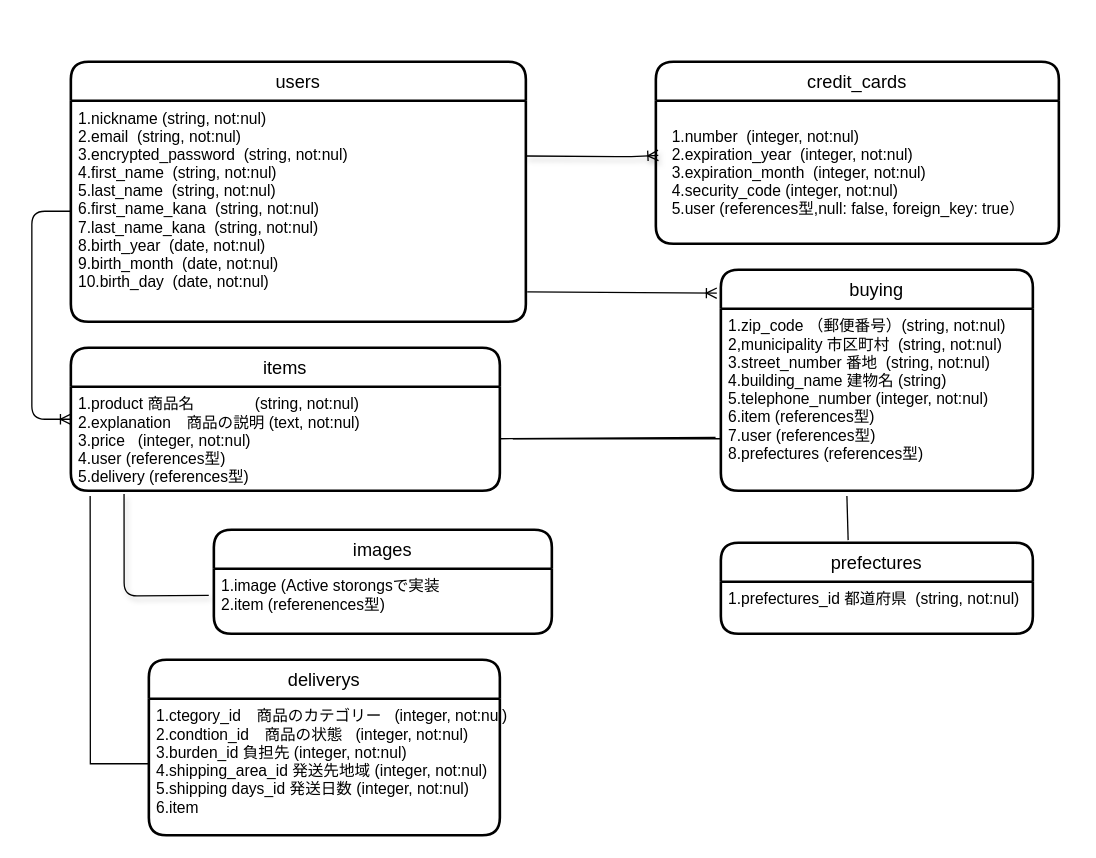
The draw.io diagram ER図.dio in tomotim/furima-32652, before the edit. Source tidied: cells renumbered, new cells numbered last; positions are measured from the earlier drawing's top-left corner, leaving out a move shared by most shapes. Both pictures are drawn from the tidied source at 130%, with x=0, y=0 at pixel (31, 61).
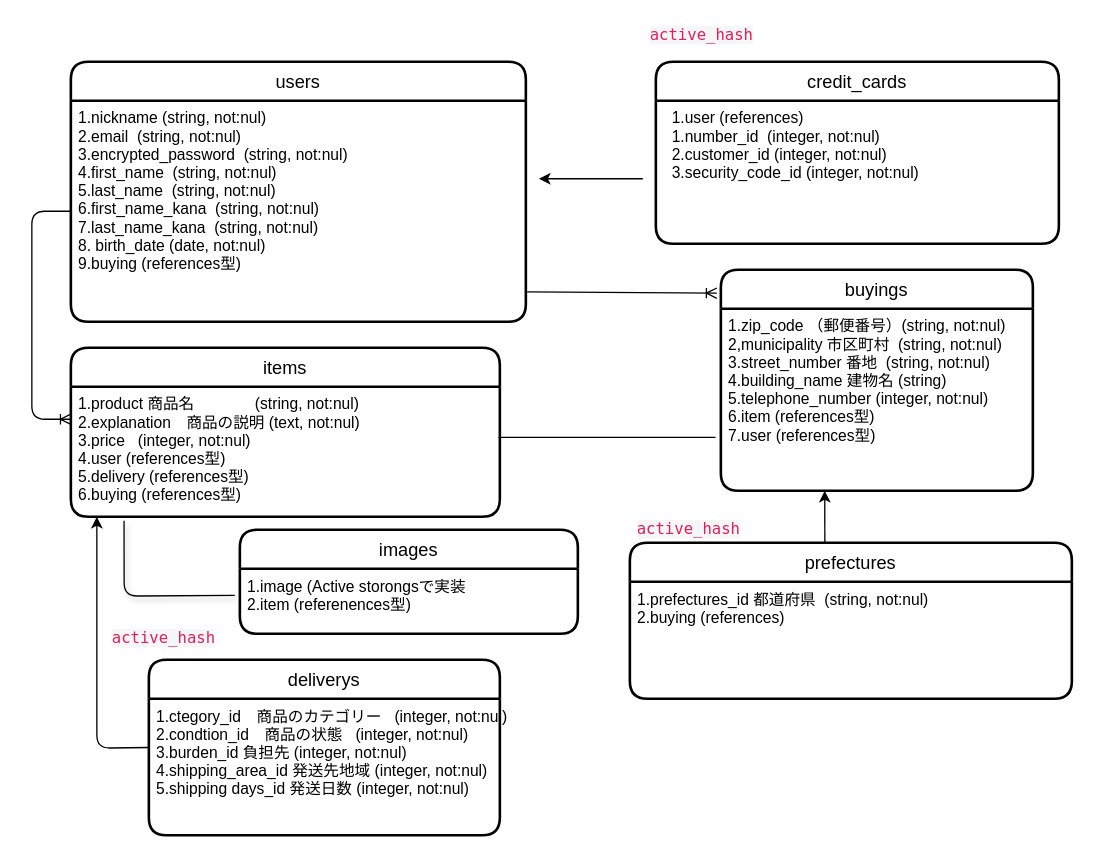
The same diagram, later.

Unchanged cells that the change refers to:
```xml
<mxCell id="2" value="users" style="swimlane;horizontal=1;startSize=30;rounded=1;fontSize=14;fontStyle=0;strokeWidth=2;shadow=0;dashed=0;align=center;" parent="1" vertex="1">
  <mxGeometry x="30" width="350" height="200" as="geometry" />
</mxCell>
<mxCell id="4" value="credit_cards" style="swimlane;horizontal=1;startSize=30;rounded=1;fontSize=14;fontStyle=0;strokeWidth=2;shadow=0;dashed=0;align=center;" parent="1" vertex="1">
  <mxGeometry x="480" width="310" height="140" as="geometry" />
</mxCell>
<mxCell id="10" style="swimlane;horizontal=1;startSize=30;rounded=1;fontSize=14;fontStyle=0;strokeWidth=2;shadow=0;dashed=0;align=center;" parent="8" vertex="1">
  <mxGeometry y="170" width="240" as="geometry" />
</mxCell>
<mxCell id="18" value="deliverys" style="swimlane;horizontal=1;startSize=30;rounded=1;fontSize=14;fontStyle=0;strokeWidth=2;shadow=0;dashed=0;align=center;" parent="1" vertex="1">
  <mxGeometry x="90" y="460" width="270" height="135" as="geometry" />
</mxCell>
```

What changed in the source:
```diff
@@
-    <mxCell id="3" value="1.nickname (string, not:nul)&#10;2.email  (string, not:nul)&#10;3.encrypted_password  (string, not:nul)&#10;4.first_name  (string, not:nul)&#10;5.last_name  (string, not:nul)&#10;6.first_name_kana  (string, not:nul)&#10;7.last_name_kana  (string, not:nul)&#10;8.birth_year  (date, not:nul)&#10;9.birth_month  (date, not:nul)&#10;10.birth_day  (date, not:nul)&#10;" style="align=left;strokeColor=none;fillColor=none;spacingLeft=4;fontSize=12;verticalAlign=top;" parent="2" vertex="1">
+    <mxCell id="3" value="1.nickname (string, not:nul)&#10;2.email  (string, not:nul)&#10;3.encrypted_password  (string, not:nul)&#10;4.first_name  (string, not:nul)&#10;5.last_name  (string, not:nul)&#10;6.first_name_kana  (string, not:nul)&#10;7.last_name_kana  (string, not:nul)&#10;8. birth_date (date, not:nul)&#10;9.buying (references型) &#10;" style="align=left;strokeColor=none;fillColor=none;spacingLeft=4;fontSize=12;verticalAlign=top;" parent="2" vertex="1">
       <mxGeometry y="30" width="350" height="170" as="geometry" />
     </mxCell>
@@
-    <mxCell id="5" value="&#10;  1.number  (integer, not:nul)&#10;  2.expiration_year  (integer, not:nul)&#10;  3.expiration_month  (integer, not:nul)&#10;  4.security_code (integer, not:nul)&#10;  5.user (references型,null: false, foreign_key: true）" style="align=left;strokeColor=none;fillColor=none;spacingLeft=4;fontSize=12;verticalAlign=top;" parent="4" vertex="1">
+    <mxCell id="5" value="  1.user (references)&#10;  1.number_id  (integer, not:nul)&#10;  2.customer_id (integer, not:nul)&#10;  3.security_code_id (integer, not:nul)&#10;" style="align=left;strokeColor=none;fillColor=none;spacingLeft=4;fontSize=12;verticalAlign=top;" parent="4" vertex="1">
       <mxGeometry y="30" width="310" height="110" as="geometry" />
     </mxCell>
     <mxCell id="6" value="items" style="swimlane;horizontal=1;startSize=30;rounded=1;fontSize=14;fontStyle=0;strokeWidth=2;shadow=0;dashed=0;align=center;" parent="1" vertex="1">
-      <mxGeometry x="30" y="220" width="330" height="110" as="geometry" />
+      <mxGeometry x="30" y="220" width="330" height="130" as="geometry" />
     </mxCell>
-    <mxCell id="7" value="1.product 商品名              (string, not:nul)&#10;2.explanation　商品の説明 (text, not:nul)&#10;3.price   (integer, not:nul) &#10;4.user (references型)&#10;5.delivery (references型)" style="align=left;strokeColor=none;fillColor=none;spacingLeft=4;fontSize=12;verticalAlign=top;" parent="6" vertex="1">
-      <mxGeometry y="30" width="330" height="80" as="geometry" />
+    <mxCell id="7" value="1.product 商品名              (string, not:nul)&#10;2.explanation　商品の説明 (text, not:nul)&#10;3.price   (integer, not:nul) &#10;4.user (references型)&#10;5.delivery (references型)&#10;6.buying (references型) &#10;" style="align=left;strokeColor=none;fillColor=none;spacingLeft=4;fontSize=12;verticalAlign=top;" parent="6" vertex="1">
+      <mxGeometry y="30" width="330" height="100" as="geometry" />
     </mxCell>
-    <mxCell id="8" value="buying" style="swimlane;horizontal=1;startSize=30;rounded=1;fontSize=14;fontStyle=0;strokeWidth=2;shadow=0;dashed=0;align=center;" parent="1" vertex="1">
+    <mxCell id="8" value="buyings" style="swimlane;horizontal=1;startSize=30;rounded=1;fontSize=14;fontStyle=0;strokeWidth=2;shadow=0;dashed=0;align=center;" parent="1" vertex="1">
       <mxGeometry x="530" y="160" width="240" height="170" as="geometry" />
     </mxCell>
-    <mxCell id="9" value="1.zip_code （郵便番号）(string, not:nul)&#10;2,municipality 市区町村  (string, not:nul)&#10;3.street_number 番地  (string, not:nul)&#10;4.building_name 建物名 (string)&#10;5.telephone_number (integer, not:nul)&#10;6.item (references型)&#10;7.user (references型)&#10;8.prefectures (references型)" style="align=left;strokeColor=none;fillColor=none;spacingLeft=4;fontSize=12;verticalAlign=top;" parent="8" vertex="1">
+    <mxCell id="9" value="1.zip_code （郵便番号）(string, not:nul)&#10;2,municipality 市区町村  (string, not:nul)&#10;3.street_number 番地  (string, not:nul)&#10;4.building_name 建物名 (string)&#10;5.telephone_number (integer, not:nul)&#10;6.item (references型)&#10;7.user (references型)" style="align=left;strokeColor=none;fillColor=none;spacingLeft=4;fontSize=12;verticalAlign=top;" parent="8" vertex="1">
       <mxGeometry y="30" width="240" height="140" as="geometry" />
     </mxCell>
@@
     <mxCell id="11" value="images" style="swimlane;horizontal=1;startSize=30;rounded=1;fontSize=14;fontStyle=0;strokeWidth=2;shadow=0;dashed=0;align=center;" parent="1" vertex="1">
-      <mxGeometry x="140" y="360" width="260" height="80" as="geometry" />
+      <mxGeometry x="160" y="360" width="260" height="80" as="geometry" />
     </mxCell>
@@
-    <mxCell id="14" style="fontSize=12;html=1;endArrow=ERoneToMany;shadow=1;exitX=1;exitY=0.25;exitDx=0;exitDy=0;entryX=0.006;entryY=0.382;entryDx=0;entryDy=0;entryPerimeter=0;" parent="1" edge="1" source="3" target="5">
-      <mxGeometry relative="1" as="geometry">
-        <Array as="points">
-          <mxPoint x="460" y="73" />
-        </Array>
-      </mxGeometry>
-    </mxCell>
-    <mxCell id="15" style="fontSize=12;html=1;endArrow=ERoneToMany;exitX=0;exitY=0.5;exitDx=0;exitDy=0;entryX=0;entryY=0.5;entryDx=0;entryDy=0;" parent="1" edge="1" source="3" target="6">
+    <mxCell id="15" style="fontSize=12;html=1;endArrow=ERoneToMany;exitX=0;exitY=0.5;exitDx=0;exitDy=0;entryX=0;entryY=0.25;entryDx=0;entryDy=0;" parent="1" edge="1" source="3" target="7">
       <mxGeometry relative="1" as="geometry">
         <Array as="points">
           <mxPoint y="115" />
           <mxPoint y="275" />
         </Array>
       </mxGeometry>
     </mxCell>
-    <mxCell id="16" style="endArrow=none;html=1;rounded=0;exitX=1;exitY=0.5;exitDx=0;exitDy=0;entryX=-0.017;entryY=0.707;entryDx=0;entryDy=0;entryPerimeter=0;" parent="1" edge="1" source="7" target="9">
+    <mxCell id="16" style="endArrow=none;html=1;rounded=0;exitX=0.997;exitY=0.39;exitDx=0;exitDy=0;entryX=-0.017;entryY=0.707;entryDx=0;entryDy=0;entryPerimeter=0;exitPerimeter=0;" parent="1" edge="1" source="7" target="9">
       <mxGeometry relative="1" as="geometry" />
     </mxCell>
@@
-    <mxCell id="19" value="1.ctegory_id　商品のカテゴリー   (integer, not:nul)&#10;2.condtion_id　商品の状態   (integer, not:nul)&#10;3.burden_id 負担先 (integer, not:nul)&#10;4.shipping_area_id 発送先地域 (integer, not:nul)&#10;5.shipping days_id 発送日数 (integer, not:nul)&#10;6.item" style="align=left;strokeColor=none;fillColor=none;spacingLeft=4;fontSize=12;verticalAlign=top;" parent="18" vertex="1">
+    <mxCell id="19" value="1.ctegory_id　商品のカテゴリー   (integer, not:nul)&#10;2.condtion_id　商品の状態   (integer, not:nul)&#10;3.burden_id 負担先 (integer, not:nul)&#10;4.shipping_area_id 発送先地域 (integer, not:nul)&#10;5.shipping days_id 発送日数 (integer, not:nul)" style="align=left;strokeColor=none;fillColor=none;spacingLeft=4;fontSize=12;verticalAlign=top;" parent="18" vertex="1">
       <mxGeometry y="30" width="270" height="105" as="geometry" />
     </mxCell>
-    <mxCell id="20" style="endArrow=none;html=1;rounded=0;exitX=0.045;exitY=1.05;exitDx=0;exitDy=0;exitPerimeter=0;" parent="1" edge="1" source="7">
-      <mxGeometry relative="1" as="geometry">
-        <mxPoint x="90" y="540" as="targetPoint" />
-        <Array as="points">
-          <mxPoint x="45" y="540" />
-        </Array>
-      </mxGeometry>
-    </mxCell>
+    <mxCell id="25" style="endArrow=classic;html=1;" parent="1" edge="1">
+      <mxGeometry relative="1" as="geometry">
+        <mxPoint x="470" y="90" as="sourcePoint" />
+        <mxPoint x="390" y="90" as="targetPoint" />
+      </mxGeometry>
+    </mxCell>
+    <mxCell id="26" value="&lt;span style=&quot;color: rgb(224 , 30 , 90) ; font-family: &amp;#34;monaco&amp;#34; , &amp;#34;menlo&amp;#34; , &amp;#34;consolas&amp;#34; , &amp;#34;courier new&amp;#34; , monospace ; background-color: rgba(29 , 28 , 29 , 0.04)&quot;&gt;active_hash&lt;/span&gt;" style="text;html=1;align=center;verticalAlign=middle;" parent="1" vertex="1">
+      <mxGeometry x="470" y="-30" width="90" height="20" as="geometry" />
+    </mxCell>
+    <mxCell id="27" value="&lt;span style=&quot;color: rgb(224, 30, 90); font-family: monaco, menlo, consolas, &amp;quot;courier new&amp;quot;, monospace; font-size: 12px; font-style: normal; font-weight: 400; letter-spacing: normal; text-align: center; text-indent: 0px; text-transform: none; word-spacing: 0px; background-color: rgba(29, 28, 29, 0.04); display: inline; float: none;&quot;&gt;active_hash&lt;/span&gt;" style="text;whiteSpace=wrap;html=1;" parent="1" vertex="1">
+      <mxGeometry x="60" y="430" width="10" height="110" as="geometry" />
+    </mxCell>
+    <mxCell id="28" style="endArrow=classic;html=1;exitX=0;exitY=0.5;exitDx=0;exitDy=0;" parent="1" edge="1" source="18">
+      <mxGeometry relative="1" as="geometry">
+        <mxPoint x="50" y="350" as="targetPoint" />
+        <Array as="points">
+          <mxPoint x="50" y="528" />
+        </Array>
+      </mxGeometry>
+    </mxCell>
     <mxCell id="21" value="prefectures" style="swimlane;horizontal=1;startSize=30;rounded=1;fontSize=14;fontStyle=0;strokeWidth=2;shadow=0;dashed=0;align=center;" parent="1" vertex="1">
-      <mxGeometry x="530" y="370" width="240" height="70" as="geometry" />
+      <mxGeometry x="460" y="370" width="340" height="120" as="geometry" />
     </mxCell>
-    <mxCell id="22" value="1.prefectures_id 都道府県  (string, not:nul)" style="align=left;strokeColor=none;fillColor=none;spacingLeft=4;fontSize=12;verticalAlign=top;" parent="21" vertex="1">
-      <mxGeometry y="30" width="240" height="40" as="geometry" />
-    </mxCell>
-    <mxCell id="23" style="endArrow=none;html=1;rounded=0;" parent="1" edge="1">
-      <mxGeometry relative="1" as="geometry">
-        <mxPoint x="370" y="290" as="sourcePoint" />
-        <mxPoint x="530" y="290" as="targetPoint" />
-      </mxGeometry>
-    </mxCell>
-    <mxCell id="24" style="endArrow=none;html=1;rounded=0;entryX=0.408;entryY=-0.029;entryDx=0;entryDy=0;entryPerimeter=0;exitX=0.404;exitY=1.029;exitDx=0;exitDy=0;exitPerimeter=0;" parent="1" edge="1" source="9" target="21">
-      <mxGeometry relative="1" as="geometry" />
-    </mxCell>
+    <mxCell id="29" value="1.prefectures_id 都道府県  (string, not:nul)&#10;2.buying (references)" style="align=left;strokeColor=none;fillColor=none;spacingLeft=4;fontSize=12;verticalAlign=top;" parent="21" vertex="1">
+      <mxGeometry y="30" width="340" height="90" as="geometry" />
+    </mxCell>
+    <mxCell id="30" style="endArrow=classic;html=1;entryX=0.333;entryY=0;entryDx=0;entryDy=0;entryPerimeter=0;" parent="1" edge="1" target="10">
+      <mxGeometry relative="1" as="geometry">
+        <mxPoint x="610" y="370" as="sourcePoint" />
+      </mxGeometry>
+    </mxCell>
+    <mxCell id="31" value="&lt;span style=&quot;color: rgb(224 , 30 , 90) ; font-family: &amp;#34;monaco&amp;#34; , &amp;#34;menlo&amp;#34; , &amp;#34;consolas&amp;#34; , &amp;#34;courier new&amp;#34; , monospace ; background-color: rgba(29 , 28 , 29 , 0.04)&quot;&gt;active_hash&lt;/span&gt;" style="text;html=1;align=center;verticalAlign=middle;" parent="1" vertex="1">
+      <mxGeometry x="460" y="350" width="90" height="20" as="geometry" />
+    </mxCell>
```
